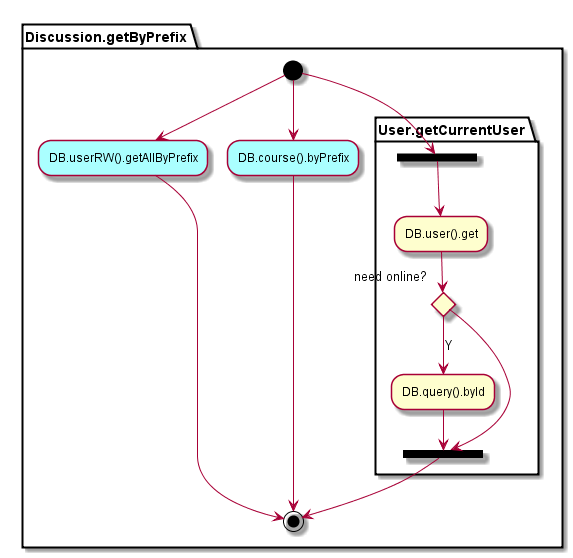
This is controller/img/Discussion.getByPrefix.png from MaxXx1313/testwiki, a PlantUML export, as it was before one commit. Its diagram source:
```plantuml
@startuml

skinparam activity {
  backgroundColor<<external>> #AAFFFF
  backgroundColor<<operation>> #EEE
}

partition Discussion.getByPrefix {

    (*) --> DB.userRW().getAllByPrefix <<external>>
    --> (*)

    (*) --> DB.course().byPrefix <<external>>
    --> (*)


    partition User.getCurrentUser {

        (*) --> ===S===

        ===S=== --> DB.user().get
        --> if "need online?" then
            --> [Y] DB.query().byId
            --> ===E===
        else
            --> ===E===
        endif

        ===E=== --> (*)
    }
}

@enduml
```
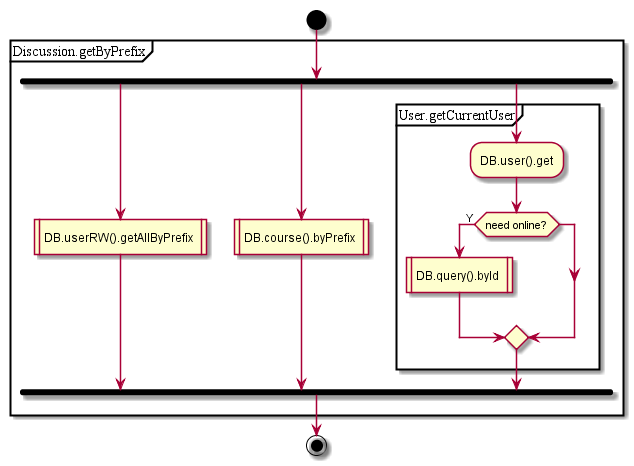
Later version of the same file.

The edit, as a diff of the source:
```diff
@@ -1,33 +1,23 @@
 @startuml
 
-skinparam activity {
-  backgroundColor<<external>> #AAFFFF
-  backgroundColor<<operation>> #EEE
-}
-
+start
 partition Discussion.getByPrefix {
 
-    (*) --> DB.userRW().getAllByPrefix <<external>>
-    --> (*)
+    fork
+        :DB.userRW().getAllByPrefix |
+    fork again
+        :DB.course().byPrefix |
+    fork again
 
-    (*) --> DB.course().byPrefix <<external>>
-    --> (*)
+        partition User.getCurrentUser {
+            :DB.user().get;
+            if (need online?) then (Y)
+                :DB.query().byId |
+            endif
+        }
 
-
-    partition User.getCurrentUser {
-
-        (*) --> ===S===
-
-        ===S=== --> DB.user().get
-        --> if "need online?" then
-            --> [Y] DB.query().byId
-            --> ===E===
-        else
-            --> ===E===
-        endif
-
-        ===E=== --> (*)
-    }
+    end fork
 }
+end
 
 @enduml
```
